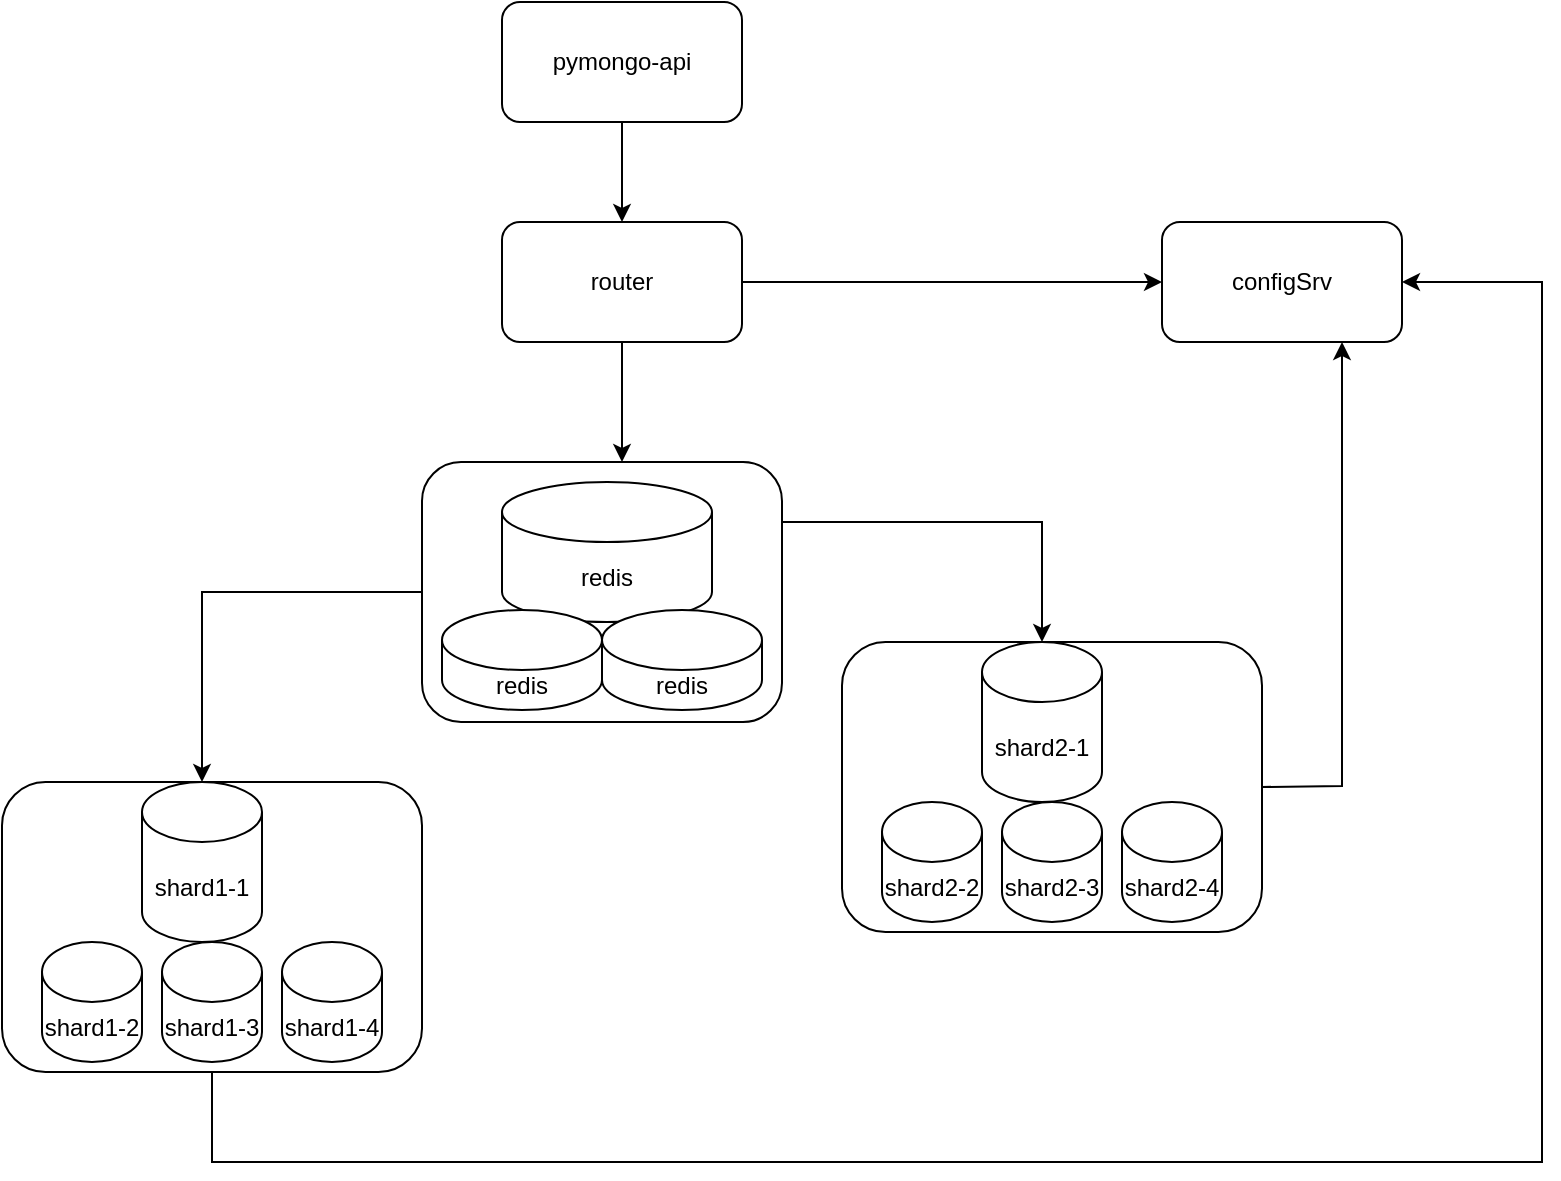
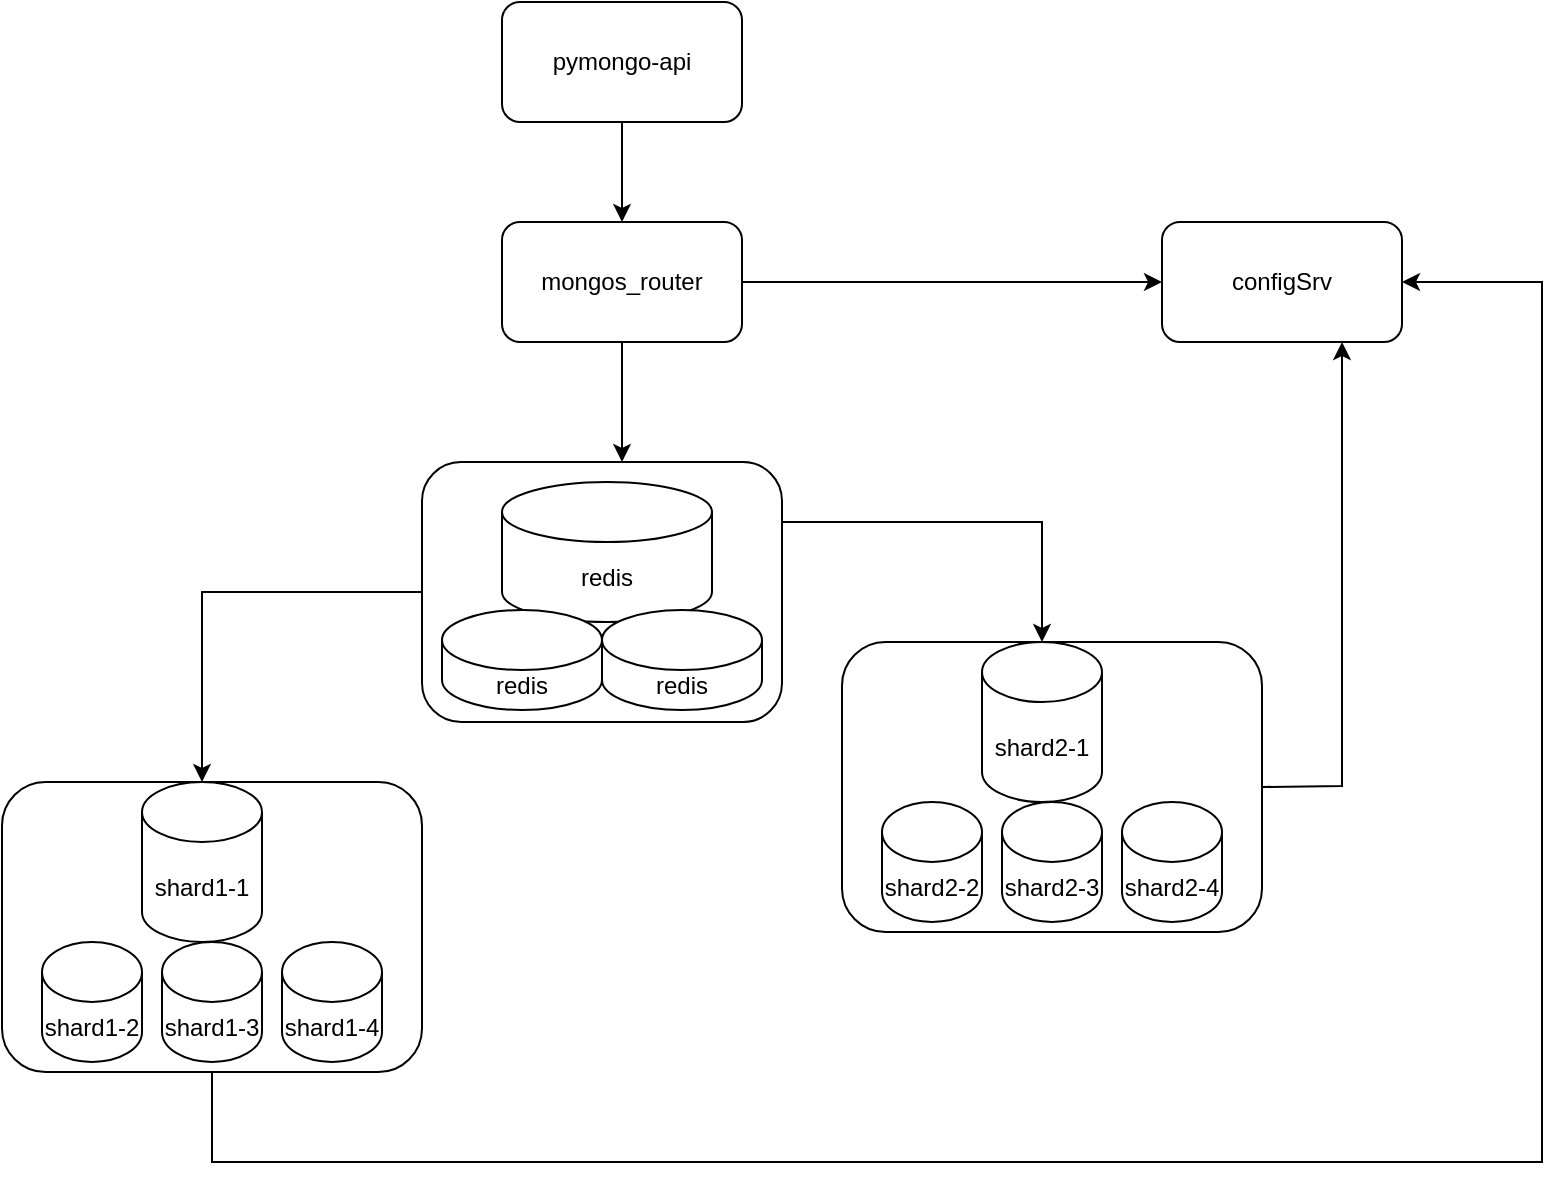
<mxfile host="Electron" agent="Mozilla/5.0 (Macintosh; Intel Mac OS X 10_15_7) AppleWebKit/537.36 (KHTML, like Gecko) draw.io/27.0.9 Chrome/134.0.6998.205 Electron/35.4.0 Safari/537.36" version="27.0.9">
  <diagram name="Page-1" id="-H_mtQnk-PTXWXPvYvuk">
    <mxGraphModel dx="925" dy="706" grid="1" gridSize="10" guides="1" tooltips="1" connect="1" arrows="1" fold="1" page="1" pageScale="1" pageWidth="1169" pageHeight="827" math="0" shadow="0">
      <root>
        <mxCell id="0" />
        <mxCell id="1" parent="0" />
        <mxCell id="CvNH-Yc4kmu2Opaz4pRZ-28" value="" style="rounded=1;whiteSpace=wrap;html=1;" vertex="1" parent="1">
          <mxGeometry x="360" y="330" width="180" height="130" as="geometry" />
        </mxCell>
        <mxCell id="CvNH-Yc4kmu2Opaz4pRZ-20" value="" style="rounded=1;whiteSpace=wrap;html=1;" vertex="1" parent="1">
          <mxGeometry x="570" y="420" width="210" height="145" as="geometry" />
        </mxCell>
        <mxCell id="CvNH-Yc4kmu2Opaz4pRZ-19" value="" style="rounded=1;whiteSpace=wrap;html=1;" vertex="1" parent="1">
          <mxGeometry x="150" y="490" width="210" height="145" as="geometry" />
        </mxCell>
        <mxCell id="zA23MoTUsTF4_91t8viU-2" value="shard1-1" style="shape=cylinder3;whiteSpace=wrap;html=1;boundedLbl=1;backgroundOutline=1;size=15;" parent="1" vertex="1">
          <mxGeometry x="220" y="490" width="60" height="80" as="geometry" />
        </mxCell>
        <mxCell id="zA23MoTUsTF4_91t8viU-3" value="pymongo-api" style="rounded=1;whiteSpace=wrap;html=1;" parent="1" vertex="1">
          <mxGeometry x="400" y="100" width="120" height="60" as="geometry" />
        </mxCell>
        <mxCell id="CvNH-Yc4kmu2Opaz4pRZ-2" value="shard2-1" style="shape=cylinder3;whiteSpace=wrap;html=1;boundedLbl=1;backgroundOutline=1;size=15;" vertex="1" parent="1">
          <mxGeometry x="640" y="420" width="60" height="80" as="geometry" />
        </mxCell>
        <mxCell id="CvNH-Yc4kmu2Opaz4pRZ-4" value="configSrv" style="rounded=1;whiteSpace=wrap;html=1;" vertex="1" parent="1">
          <mxGeometry x="730" y="210" width="120" height="60" as="geometry" />
        </mxCell>
-         <mxCell id="CvNH-Yc4kmu2Opaz4pRZ-5" value="router" style="rounded=1;whiteSpace=wrap;html=1;" vertex="1" parent="1">
+         <mxCell id="CvNH-Yc4kmu2Opaz4pRZ-5" value="mongos_router" style="rounded=1;whiteSpace=wrap;html=1;" vertex="1" parent="1">
          <mxGeometry x="400" y="210" width="120" height="60" as="geometry" />
        </mxCell>
        <mxCell id="CvNH-Yc4kmu2Opaz4pRZ-6" value="" style="endArrow=classic;html=1;rounded=0;exitX=0.5;exitY=1;exitDx=0;exitDy=0;entryX=0.5;entryY=0;entryDx=0;entryDy=0;" edge="1" parent="1" source="zA23MoTUsTF4_91t8viU-3" target="CvNH-Yc4kmu2Opaz4pRZ-5">
          <mxGeometry width="50" height="50" relative="1" as="geometry">
            <mxPoint x="500" y="430" as="sourcePoint" />
            <mxPoint x="550" y="380" as="targetPoint" />
          </mxGeometry>
        </mxCell>
        <mxCell id="CvNH-Yc4kmu2Opaz4pRZ-12" value="" style="endArrow=classic;html=1;rounded=0;exitX=1;exitY=0.5;exitDx=0;exitDy=0;entryX=0;entryY=0.5;entryDx=0;entryDy=0;" edge="1" parent="1" source="CvNH-Yc4kmu2Opaz4pRZ-5" target="CvNH-Yc4kmu2Opaz4pRZ-4">
          <mxGeometry width="50" height="50" relative="1" as="geometry">
            <mxPoint x="580" y="200" as="sourcePoint" />
            <mxPoint x="580" y="290" as="targetPoint" />
          </mxGeometry>
        </mxCell>
        <mxCell id="CvNH-Yc4kmu2Opaz4pRZ-13" value="shard1-4" style="shape=cylinder3;whiteSpace=wrap;html=1;boundedLbl=1;backgroundOutline=1;size=15;" vertex="1" parent="1">
          <mxGeometry x="290" y="570" width="50" height="60" as="geometry" />
        </mxCell>
        <mxCell id="CvNH-Yc4kmu2Opaz4pRZ-14" value="shard1-3" style="shape=cylinder3;whiteSpace=wrap;html=1;boundedLbl=1;backgroundOutline=1;size=15;" vertex="1" parent="1">
          <mxGeometry x="230" y="570" width="50" height="60" as="geometry" />
        </mxCell>
        <mxCell id="CvNH-Yc4kmu2Opaz4pRZ-15" value="shard1-2" style="shape=cylinder3;whiteSpace=wrap;html=1;boundedLbl=1;backgroundOutline=1;size=15;" vertex="1" parent="1">
          <mxGeometry x="170" y="570" width="50" height="60" as="geometry" />
        </mxCell>
        <mxCell id="CvNH-Yc4kmu2Opaz4pRZ-16" value="shard2-2" style="shape=cylinder3;whiteSpace=wrap;html=1;boundedLbl=1;backgroundOutline=1;size=15;" vertex="1" parent="1">
          <mxGeometry x="590" y="500" width="50" height="60" as="geometry" />
        </mxCell>
        <mxCell id="CvNH-Yc4kmu2Opaz4pRZ-17" value="shard2-3" style="shape=cylinder3;whiteSpace=wrap;html=1;boundedLbl=1;backgroundOutline=1;size=15;" vertex="1" parent="1">
          <mxGeometry x="650" y="500" width="50" height="60" as="geometry" />
        </mxCell>
        <mxCell id="CvNH-Yc4kmu2Opaz4pRZ-18" value="shard2-4" style="shape=cylinder3;whiteSpace=wrap;html=1;boundedLbl=1;backgroundOutline=1;size=15;" vertex="1" parent="1">
          <mxGeometry x="710" y="500" width="50" height="60" as="geometry" />
        </mxCell>
        <mxCell id="CvNH-Yc4kmu2Opaz4pRZ-21" value="" style="endArrow=classic;html=1;rounded=0;exitX=0.5;exitY=1;exitDx=0;exitDy=0;entryX=1;entryY=0.5;entryDx=0;entryDy=0;" edge="1" parent="1" source="CvNH-Yc4kmu2Opaz4pRZ-19" target="CvNH-Yc4kmu2Opaz4pRZ-4">
          <mxGeometry width="50" height="50" relative="1" as="geometry">
            <mxPoint x="400" y="530" as="sourcePoint" />
            <mxPoint x="920" y="280" as="targetPoint" />
            <Array as="points">
              <mxPoint x="255" y="680" />
              <mxPoint x="400" y="680" />
              <mxPoint x="920" y="680" />
              <mxPoint x="920" y="240" />
            </Array>
          </mxGeometry>
        </mxCell>
        <mxCell id="CvNH-Yc4kmu2Opaz4pRZ-22" value="" style="endArrow=classic;html=1;rounded=0;exitX=1;exitY=0.5;exitDx=0;exitDy=0;entryX=0.75;entryY=1;entryDx=0;entryDy=0;" edge="1" parent="1" source="CvNH-Yc4kmu2Opaz4pRZ-20" target="CvNH-Yc4kmu2Opaz4pRZ-4">
          <mxGeometry width="50" height="50" relative="1" as="geometry">
            <mxPoint x="820" y="560" as="sourcePoint" />
            <mxPoint x="910" y="730" as="targetPoint" />
            <Array as="points">
              <mxPoint x="820" y="492" />
            </Array>
          </mxGeometry>
        </mxCell>
        <mxCell id="CvNH-Yc4kmu2Opaz4pRZ-23" value="redis" style="shape=cylinder3;whiteSpace=wrap;html=1;boundedLbl=1;backgroundOutline=1;size=15;" vertex="1" parent="1">
          <mxGeometry x="400" y="340" width="105" height="70" as="geometry" />
        </mxCell>
        <mxCell id="CvNH-Yc4kmu2Opaz4pRZ-24" value="redis" style="shape=cylinder3;whiteSpace=wrap;html=1;boundedLbl=1;backgroundOutline=1;size=15;" vertex="1" parent="1">
          <mxGeometry x="370" y="404" width="80" height="50" as="geometry" />
        </mxCell>
        <mxCell id="CvNH-Yc4kmu2Opaz4pRZ-26" value="redis" style="shape=cylinder3;whiteSpace=wrap;html=1;boundedLbl=1;backgroundOutline=1;size=15;" vertex="1" parent="1">
          <mxGeometry x="450" y="404" width="80" height="50" as="geometry" />
        </mxCell>
        <mxCell id="CvNH-Yc4kmu2Opaz4pRZ-29" value="" style="endArrow=classic;html=1;rounded=0;exitX=0.5;exitY=1;exitDx=0;exitDy=0;" edge="1" parent="1" source="CvNH-Yc4kmu2Opaz4pRZ-5">
          <mxGeometry width="50" height="50" relative="1" as="geometry">
            <mxPoint x="530" y="200" as="sourcePoint" />
            <mxPoint x="460" y="330" as="targetPoint" />
          </mxGeometry>
        </mxCell>
        <mxCell id="CvNH-Yc4kmu2Opaz4pRZ-30" value="" style="endArrow=classic;html=1;rounded=0;exitX=0;exitY=0.5;exitDx=0;exitDy=0;entryX=0.5;entryY=0;entryDx=0;entryDy=0;entryPerimeter=0;" edge="1" parent="1" source="CvNH-Yc4kmu2Opaz4pRZ-28" target="zA23MoTUsTF4_91t8viU-2">
          <mxGeometry width="50" height="50" relative="1" as="geometry">
            <mxPoint x="220" y="300" as="sourcePoint" />
            <mxPoint x="220" y="360" as="targetPoint" />
            <Array as="points">
              <mxPoint x="250" y="395" />
            </Array>
          </mxGeometry>
        </mxCell>
        <mxCell id="CvNH-Yc4kmu2Opaz4pRZ-31" value="" style="endArrow=classic;html=1;rounded=0;exitX=1.001;exitY=0.231;exitDx=0;exitDy=0;entryX=0.5;entryY=0;entryDx=0;entryDy=0;entryPerimeter=0;exitPerimeter=0;" edge="1" parent="1" source="CvNH-Yc4kmu2Opaz4pRZ-28" target="CvNH-Yc4kmu2Opaz4pRZ-2">
          <mxGeometry width="50" height="50" relative="1" as="geometry">
            <mxPoint x="460" y="390" as="sourcePoint" />
            <mxPoint x="350" y="485" as="targetPoint" />
            <Array as="points">
              <mxPoint x="670" y="360" />
            </Array>
          </mxGeometry>
        </mxCell>
      </root>
    </mxGraphModel>
  </diagram>
</mxfile>
